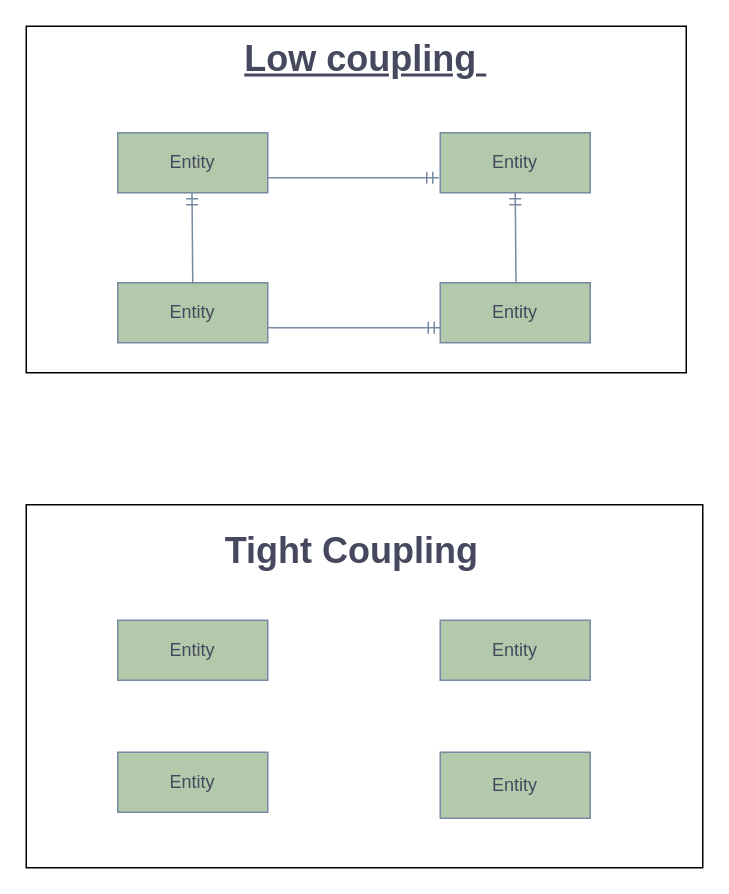
This is Untitled Diagram.drawio from Naggayi-Daphne-Pearl/coupling_and_cohesion, a draw.io file, before an edit. Source tidied: cells renumbered, new cells numbered last; positions are measured from the earlier drawing's top-left corner, leaving out a move shared by most shapes. Both pictures are drawn from the tidied source at 150%, with x=0, y=0 at pixel (26, 26).
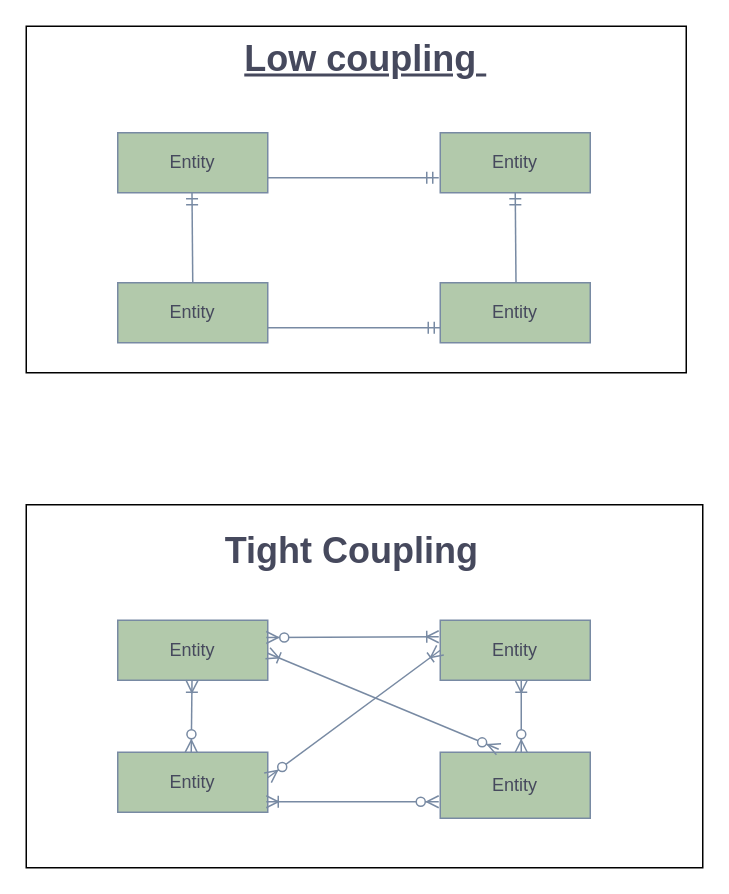
The same diagram, later.

The change refers to these unchanged cells:
```xml
<mxCell id="15" value="Entity" style="whiteSpace=wrap;html=1;align=center;rounded=0;sketch=0;fontColor=#46495D;strokeColor=#788AA3;fillColor=#B2C9AB;" parent="1" vertex="1">
  <mxGeometry x="276" y="484" width="100" height="44" as="geometry" />
</mxCell>
<mxCell id="17" value="Entity" style="whiteSpace=wrap;html=1;align=center;rounded=0;sketch=0;fontColor=#46495D;strokeColor=#788AA3;fillColor=#B2C9AB;" parent="1" vertex="1">
  <mxGeometry x="276" y="396" width="100" height="40" as="geometry" />
</mxCell>
```

Change to the diagram source:
```diff
@@
+    <mxCell id="19" style="fontSize=12;html=1;endArrow=ERoneToMany;startArrow=ERzeroToMany;rounded=1;sketch=0;fontColor=#46495D;strokeColor=#788AA3;fillColor=#B2C9AB;entryX=0;entryY=0.5;entryDx=0;entryDy=0;" parent="1" edge="1" target="17">
+      <mxGeometry relative="1" as="geometry">
+        <mxPoint x="161" y="501" as="sourcePoint" />
+      </mxGeometry>
+    </mxCell>
+    <mxCell id="20" style="fontSize=12;html=1;endArrow=ERoneToMany;startArrow=ERzeroToMany;rounded=1;sketch=0;fontColor=#46495D;strokeColor=#788AA3;fillColor=#B2C9AB;" parent="1" edge="1">
+      <mxGeometry relative="1" as="geometry">
+        <mxPoint x="330" y="484" as="sourcePoint" />
+        <mxPoint x="330" y="436" as="targetPoint" />
+      </mxGeometry>
+    </mxCell>
+    <mxCell id="21" style="fontSize=12;html=1;endArrow=ERoneToMany;startArrow=ERzeroToMany;rounded=1;sketch=0;fontColor=#46495D;strokeColor=#788AA3;fillColor=#B2C9AB;" parent="1" edge="1">
+      <mxGeometry relative="1" as="geometry">
+        <mxPoint x="110" y="484" as="sourcePoint" />
+        <mxPoint x="110.5" y="436" as="targetPoint" />
+      </mxGeometry>
+    </mxCell>
+    <mxCell id="22" style="fontSize=12;html=1;endArrow=ERoneToMany;startArrow=ERzeroToMany;rounded=1;sketch=0;fontColor=#46495D;strokeColor=#788AA3;fillColor=#B2C9AB;" parent="1" edge="1">
+      <mxGeometry relative="1" as="geometry">
+        <mxPoint x="160" y="407.5" as="sourcePoint" />
+        <mxPoint x="275" y="407" as="targetPoint" />
+      </mxGeometry>
+    </mxCell>
+    <mxCell id="23" style="fontSize=12;html=1;endArrow=ERoneToMany;startArrow=ERzeroToMany;rounded=1;sketch=0;fontColor=#46495D;strokeColor=#788AA3;fillColor=#B2C9AB;" parent="1" edge="1">
+      <mxGeometry relative="1" as="geometry">
+        <mxPoint x="275" y="517" as="sourcePoint" />
+        <mxPoint x="160" y="517" as="targetPoint" />
+      </mxGeometry>
+    </mxCell>
+    <mxCell id="24" style="fontSize=12;html=1;endArrow=ERoneToMany;startArrow=ERzeroToMany;rounded=1;sketch=0;fontColor=#46495D;strokeColor=#788AA3;fillColor=#B2C9AB;exitX=0.39;exitY=-0.045;exitDx=0;exitDy=0;exitPerimeter=0;" parent="1" edge="1" source="15">
+      <mxGeometry relative="1" as="geometry">
+        <mxPoint x="161" y="418" as="targetPoint" />
+      </mxGeometry>
+    </mxCell>
```
